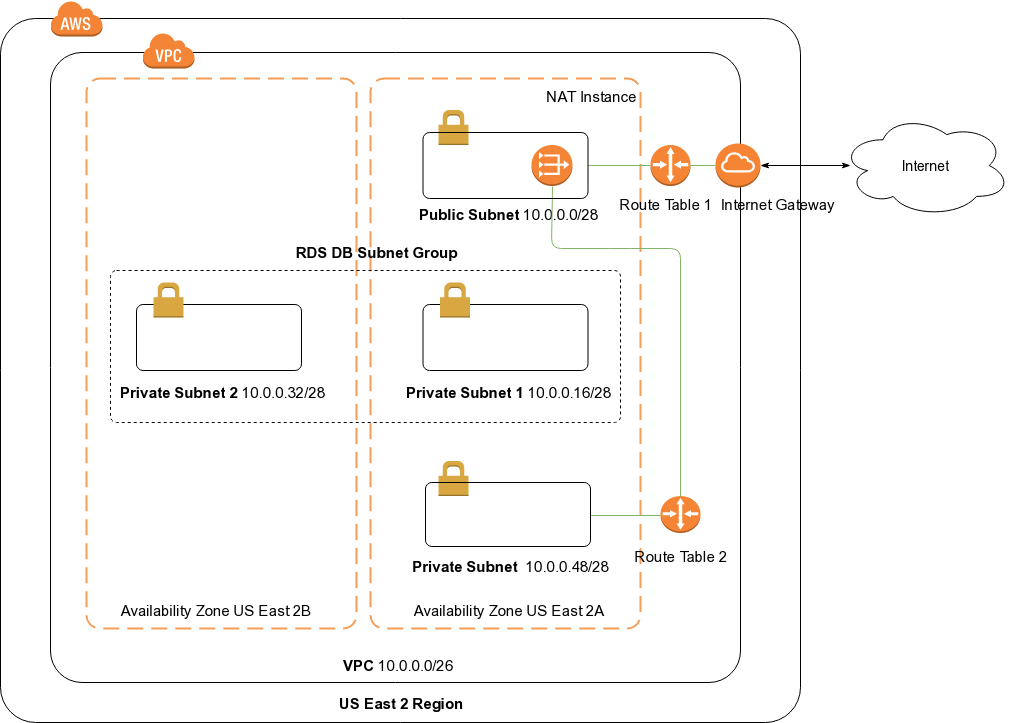
Before: media/crawler/ten-thousand-feet-aws.png, a diagram exported from draw.io (rihenperry/csuci-mscs-thesis-dist-web-crawler). Source tidied: cells renumbered, new cells last; positions are measured from the earlier drawing's top-left corner, leaving out a move shared by most shapes.
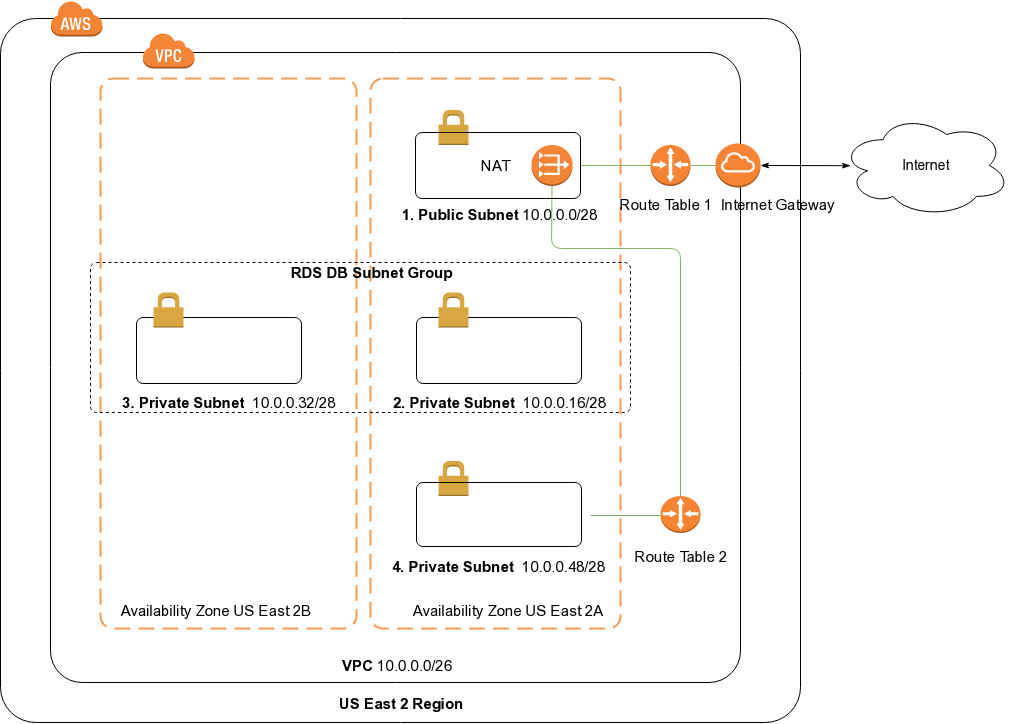
Above is the later version.

Diff of the diagram source:
```diff
@@ -15,16 +15,16 @@
       <mxGeometry x="142" y="32" width="52" height="36" as="geometry" />
     </mxCell>
     <mxCell id="6" style="rounded=1;arcSize=5;dashed=1;strokeColor=#F59D56;fillColor=none;gradientColor=none;dashPattern=8 4;strokeWidth=2;" parent="1" vertex="1">
-      <mxGeometry x="370" y="78" width="270" height="550" as="geometry" />
+      <mxGeometry x="370" y="78" width="250" height="550" as="geometry" />
     </mxCell>
     <mxCell id="7" style="dashed=0;html=1;shape=mxgraph.aws3.permissions;fillColor=#D9A741;gradientColor=none;dashed=0;direction=east;" parent="1" vertex="1">
       <mxGeometry x="438" y="109.5" width="30" height="35" as="geometry" />
     </mxCell>
     <mxCell id="8" style="rounded=1;arcSize=10;dashed=0;strokeColor=#000000;fillColor=none;gradientColor=none;strokeWidth=1;" parent="1" vertex="1">
-      <mxGeometry x="422.5" y="304" width="165" height="66" as="geometry" />
+      <mxGeometry x="416" y="317" width="165" height="66" as="geometry" />
     </mxCell>
     <mxCell id="9" style="dashed=0;html=1;shape=mxgraph.aws3.permissions;fillColor=#D9A741;gradientColor=none;dashed=0;" parent="1" vertex="1">
-      <mxGeometry x="439.5" y="282" width="30" height="35" as="geometry" />
+      <mxGeometry x="438" y="292" width="30" height="35" as="geometry" />
     </mxCell>
     <mxCell id="10" style="dashed=0;html=1;shape=mxgraph.aws3.permissions;fillColor=#D9A741;gradientColor=none;dashed=0;" parent="1" vertex="1">
       <mxGeometry x="438" y="460.5" width="30" height="35" as="geometry" />
@@ -41,14 +41,14 @@
     <mxCell id="14" value="Availability Zone US East 2A" style="text;html=1;strokeColor=none;fillColor=none;align=center;verticalAlign=middle;whiteSpace=wrap;rounded=0;fontSize=15;" parent="1" vertex="1">
       <mxGeometry x="396.5" y="598" width="222" height="24" as="geometry" />
     </mxCell>
-    <mxCell id="15" value="&lt;b&gt;Private Subnet &lt;/b&gt;&amp;nbsp;10.0.0.48/28" style="text;html=1;strokeColor=none;fillColor=none;align=center;verticalAlign=middle;whiteSpace=wrap;rounded=0;fontSize=15;" parent="1" vertex="1">
-      <mxGeometry x="403" y="556" width="215" height="20" as="geometry" />
+    <mxCell id="15" value="&lt;b&gt;4. Private Subnet &lt;/b&gt;&amp;nbsp;10.0.0.48/28" style="text;html=1;strokeColor=none;fillColor=none;align=center;verticalAlign=middle;whiteSpace=wrap;rounded=0;fontSize=15;" parent="1" vertex="1">
+      <mxGeometry x="384" y="556" width="227" height="20" as="geometry" />
     </mxCell>
-    <mxCell id="16" value="&lt;b&gt;Private Subnet 1&lt;/b&gt; 10.0.0.16/28" style="text;html=1;strokeColor=none;fillColor=none;align=center;verticalAlign=middle;whiteSpace=wrap;rounded=0;fontSize=15;" parent="1" vertex="1">
-      <mxGeometry x="403" y="382" width="209" height="20" as="geometry" />
+    <mxCell id="16" value="&lt;b&gt;2. Private Subnet &lt;/b&gt;&amp;nbsp;10.0.0.16/28" style="text;html=1;strokeColor=none;fillColor=none;align=center;verticalAlign=middle;whiteSpace=wrap;rounded=0;fontSize=15;" parent="1" vertex="1">
+      <mxGeometry x="385" y="392" width="227" height="20" as="geometry" />
     </mxCell>
-    <mxCell id="17" value="&lt;b&gt;Public Subnet&lt;/b&gt; 10.0.0.0/28" style="text;html=1;strokeColor=none;fillColor=none;align=center;verticalAlign=middle;whiteSpace=wrap;rounded=0;fontSize=15;" parent="1" vertex="1">
-      <mxGeometry x="406" y="203.5" width="203" height="20" as="geometry" />
+    <mxCell id="17" value="&lt;b&gt;1. Public Subnet&lt;/b&gt; 10.0.0.0/28" style="text;html=1;strokeColor=none;fillColor=none;align=center;verticalAlign=middle;whiteSpace=wrap;rounded=0;fontSize=15;" parent="1" vertex="1">
+      <mxGeometry x="397" y="203.5" width="203" height="20" as="geometry" />
     </mxCell>
     <mxCell id="18" value="Internet" style="ellipse;shape=cloud;whiteSpace=wrap;html=1;rounded=1;shadow=0;glass=0;comic=0;strokeWidth=1;fontSize=14;" parent="1" vertex="1">
       <mxGeometry x="840" y="113.5" width="170" height="103" as="geometry" />
@@ -68,8 +68,8 @@
     <mxCell id="21" style="endArrow=none;html=1;fontSize=14;entryX=0;entryY=0.5;entryDx=0;entryDy=0;entryPerimeter=0;fillColor=#d5e8d4;strokeColor=#82b366;" parent="1" edge="1" source="29" target="20">
       <mxGeometry relative="1" as="geometry" />
     </mxCell>
-    <mxCell id="22" value="NAT Instance" style="text;html=1;strokeColor=none;fillColor=none;align=center;verticalAlign=middle;whiteSpace=wrap;rounded=0;shadow=0;glass=0;comic=0;fontSize=15;" parent="1" vertex="1">
-      <mxGeometry x="542.5" y="84" width="95" height="24" as="geometry" />
+    <mxCell id="22" value="NAT&amp;nbsp;" style="text;html=1;strokeColor=none;fillColor=none;align=center;verticalAlign=middle;whiteSpace=wrap;rounded=0;shadow=0;glass=0;comic=0;fontSize=15;" parent="1" vertex="1">
+      <mxGeometry x="470" y="153" width="55" height="24" as="geometry" />
     </mxCell>
     <mxCell id="23" style="endArrow=none;html=1;fontSize=14;fillColor=#d5e8d4;strokeColor=#82b366;" parent="1" edge="1">
       <mxGeometry relative="1" as="geometry">
@@ -93,10 +93,10 @@
       <mxGeometry x="336.5" y="655" width="120" height="20" as="geometry" />
     </mxCell>
     <mxCell id="29" style="rounded=1;arcSize=10;dashed=0;strokeColor=#000000;fillColor=none;gradientColor=none;strokeWidth=1;" parent="1" vertex="1">
-      <mxGeometry x="422.5" y="132" width="165" height="66" as="geometry" />
+      <mxGeometry x="415" y="132" width="165" height="66" as="geometry" />
     </mxCell>
     <mxCell id="30" style="rounded=1;arcSize=10;dashed=0;strokeColor=#000000;fillColor=none;gradientColor=none;strokeWidth=1;" parent="1" vertex="1">
-      <mxGeometry x="425" y="482" width="165" height="64" as="geometry" />
+      <mxGeometry x="416" y="482" width="165" height="64" as="geometry" />
     </mxCell>
     <mxCell id="31" style="outlineConnect=0;dashed=0;verticalLabelPosition=bottom;verticalAlign=top;align=center;html=1;shape=mxgraph.aws3.internet_gateway;fillColor=#F58534;gradientColor=none;" parent="1" vertex="1">
       <mxGeometry x="715" y="143" width="45" height="44" as="geometry" />
@@ -105,25 +105,25 @@
       <mxGeometry relative="1" as="geometry" />
     </mxCell>
     <mxCell id="33" style="rounded=1;arcSize=5;dashed=1;strokeColor=#F59D56;fillColor=none;gradientColor=none;dashPattern=8 4;strokeWidth=2;" parent="1" vertex="1">
-      <mxGeometry x="86" y="78" width="270" height="550" as="geometry" />
+      <mxGeometry x="100" y="78" width="256" height="550" as="geometry" />
     </mxCell>
     <mxCell id="34" value="Availability Zone US East 2B" style="text;html=1;strokeColor=none;fillColor=none;align=center;verticalAlign=middle;whiteSpace=wrap;rounded=0;fontSize=15;" parent="1" vertex="1">
       <mxGeometry x="110" y="598" width="210" height="24" as="geometry" />
     </mxCell>
     <mxCell id="35" style="rounded=1;arcSize=10;dashed=0;strokeColor=#000000;fillColor=none;gradientColor=none;strokeWidth=1;" parent="1" vertex="1">
-      <mxGeometry x="136" y="304" width="165" height="66" as="geometry" />
+      <mxGeometry x="136" y="317" width="165" height="66" as="geometry" />
     </mxCell>
     <mxCell id="36" style="dashed=0;html=1;shape=mxgraph.aws3.permissions;fillColor=#D9A741;gradientColor=none;dashed=0;" parent="1" vertex="1">
-      <mxGeometry x="153" y="282" width="30" height="35" as="geometry" />
+      <mxGeometry x="153" y="292" width="30" height="35" as="geometry" />
     </mxCell>
-    <mxCell id="37" value="&lt;b&gt;Private Subnet 2&lt;/b&gt; 10.0.0.32/28" style="text;html=1;strokeColor=none;fillColor=none;align=center;verticalAlign=middle;whiteSpace=wrap;rounded=0;fontSize=15;" parent="1" vertex="1">
-      <mxGeometry x="116.5" y="382" width="209" height="20" as="geometry" />
+    <mxCell id="37" value="&lt;b&gt;3. Private Subnet &lt;/b&gt;&amp;nbsp;10.0.0.32/28" style="text;html=1;strokeColor=none;fillColor=none;align=center;verticalAlign=middle;whiteSpace=wrap;rounded=0;fontSize=15;" parent="1" vertex="1">
+      <mxGeometry x="117" y="392" width="224" height="20" as="geometry" />
     </mxCell>
     <mxCell id="38" style="rounded=1;whiteSpace=wrap;html=1;arcSize=4;fillColor=none;dashed=1;" parent="1" vertex="1">
-      <mxGeometry x="110" y="270" width="510" height="152" as="geometry" />
+      <mxGeometry x="90" y="262" width="540" height="150" as="geometry" />
     </mxCell>
     <mxCell id="39" value="&lt;b&gt;RDS DB Subnet Group&lt;/b&gt;" style="text;html=1;strokeColor=none;fillColor=none;align=center;verticalAlign=middle;whiteSpace=wrap;rounded=0;dashed=1;fontSize=15;" parent="1" vertex="1">
-      <mxGeometry x="281" y="242" width="189" height="20" as="geometry" />
+      <mxGeometry x="276" y="262" width="189" height="20" as="geometry" />
     </mxCell>
   </root>
 </mxGraphModel>
```
